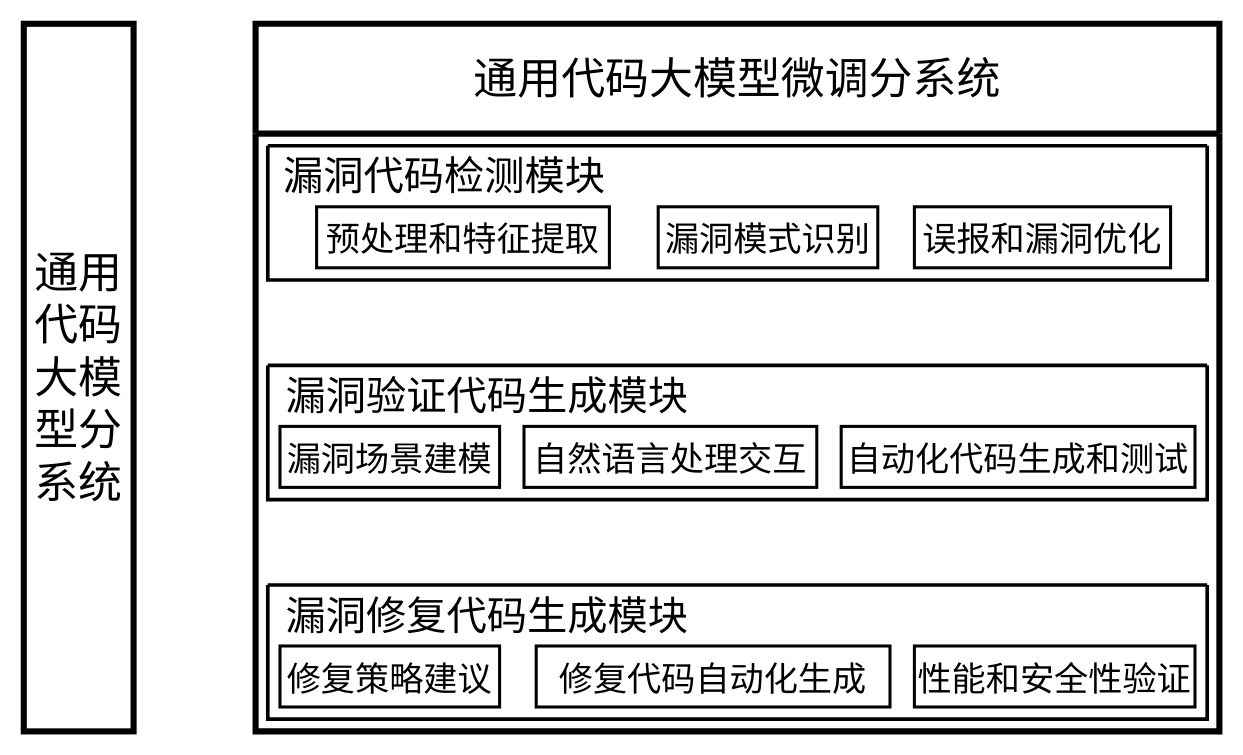
Before: 工作原理图.drawio in LovenSar/-, a draw.io diagram. Source tidied: cells renumbered, new cells numbered last; positions are measured from the earlier drawing's top-left corner, leaving out a move shared by most shapes. Both pictures are drawn from the tidied source at 122%, with x=0, y=0 at pixel (23, 23).
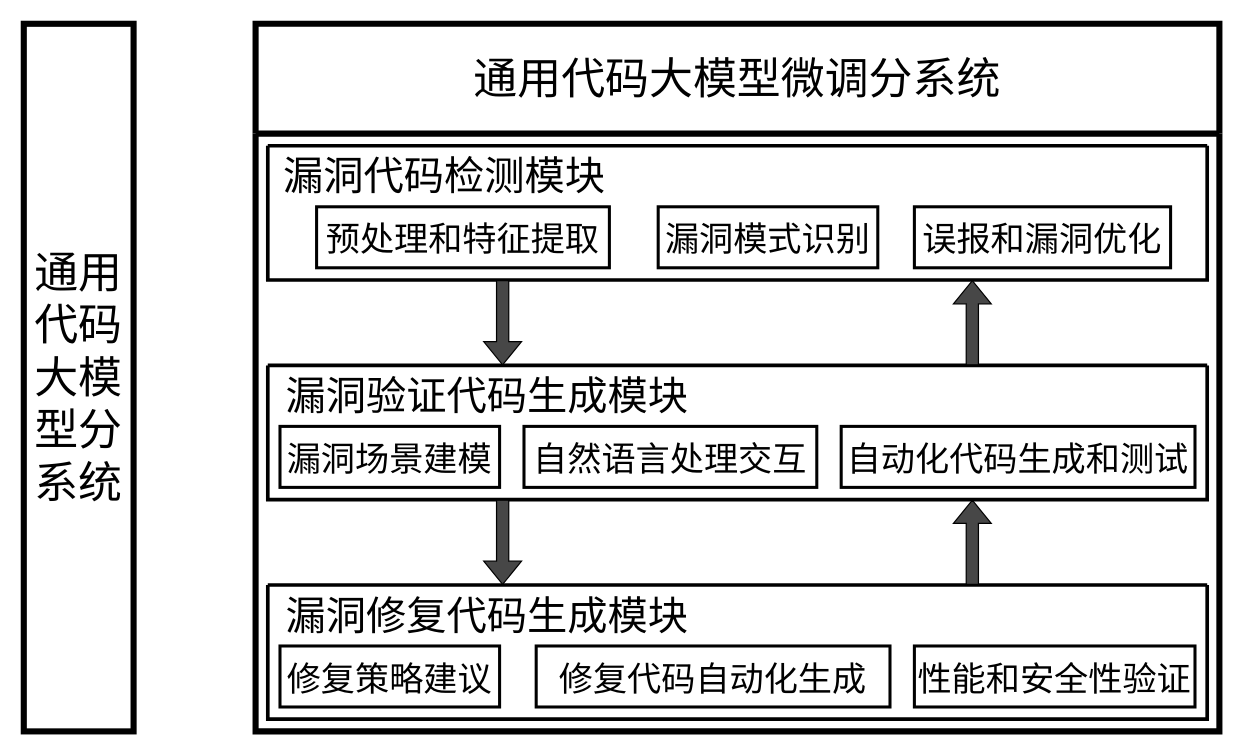
Above is the later version.

Commit message (it also covers changes not shown here):
更新工作原理图.drawio

Unchanged cells that the change refers to:
```xml
<mxCell id="3" value="&lt;font style=&quot;font-size: 36px; font-weight: normal;&quot;&gt;通用代码大模型微调分系统&lt;/font&gt;" style="swimlane;whiteSpace=wrap;html=1;fontSize=5;strokeWidth=5;startSize=90;" parent="1" vertex="1">
  <mxGeometry x="190" width="790" height="580" as="geometry" />
</mxCell>
<mxCell id="4" style="swimlane;startSize=0;fillColor=none;strokeWidth=3;" parent="3" vertex="1">
  <mxGeometry x="10" y="460" width="770" height="110" as="geometry" />
</mxCell>
<mxCell id="9" style="swimlane;startSize=0;fillColor=none;strokeWidth=3;" parent="3" vertex="1">
  <mxGeometry x="10" y="280" width="770" height="110" as="geometry" />
</mxCell>
<mxCell id="14" style="swimlane;startSize=0;fillColor=none;strokeWidth=3;" parent="3" vertex="1">
  <mxGeometry x="10" y="100" width="770" height="110" as="geometry" />
</mxCell>
```

Diff of the diagram source:
```diff
@@
+    <mxCell id="19" style="shape=flexArrow;endArrow=classic;html=1;rounded=0;entryX=0.75;entryY=1;entryDx=0;entryDy=0;exitX=0.75;exitY=0;exitDx=0;exitDy=0;fillColor=#474747;" parent="3" edge="1" source="9" target="14">
+      <mxGeometry relative="1" as="geometry" />
+    </mxCell>
+    <mxCell id="20" style="shape=flexArrow;endArrow=classic;html=1;rounded=0;entryX=0.75;entryY=1;entryDx=0;entryDy=0;exitX=0.75;exitY=0;exitDx=0;exitDy=0;fillColor=#474747;" parent="3" edge="1" source="4" target="9">
+      <mxGeometry relative="1" as="geometry" />
+    </mxCell>
+    <mxCell id="21" style="shape=flexArrow;endArrow=classic;html=1;rounded=0;entryX=0.25;entryY=0;entryDx=0;entryDy=0;exitX=0.25;exitY=1;exitDx=0;exitDy=0;fillColor=#474747;" parent="3" edge="1" source="14" target="9">
+      <mxGeometry relative="1" as="geometry" />
+    </mxCell>
+    <mxCell id="22" style="shape=flexArrow;endArrow=classic;html=1;rounded=0;entryX=0.25;entryY=0;entryDx=0;entryDy=0;exitX=0.25;exitY=1;exitDx=0;exitDy=0;fillColor=#474747;" parent="3" edge="1" source="9" target="4">
+      <mxGeometry relative="1" as="geometry" />
+    </mxCell>
```
